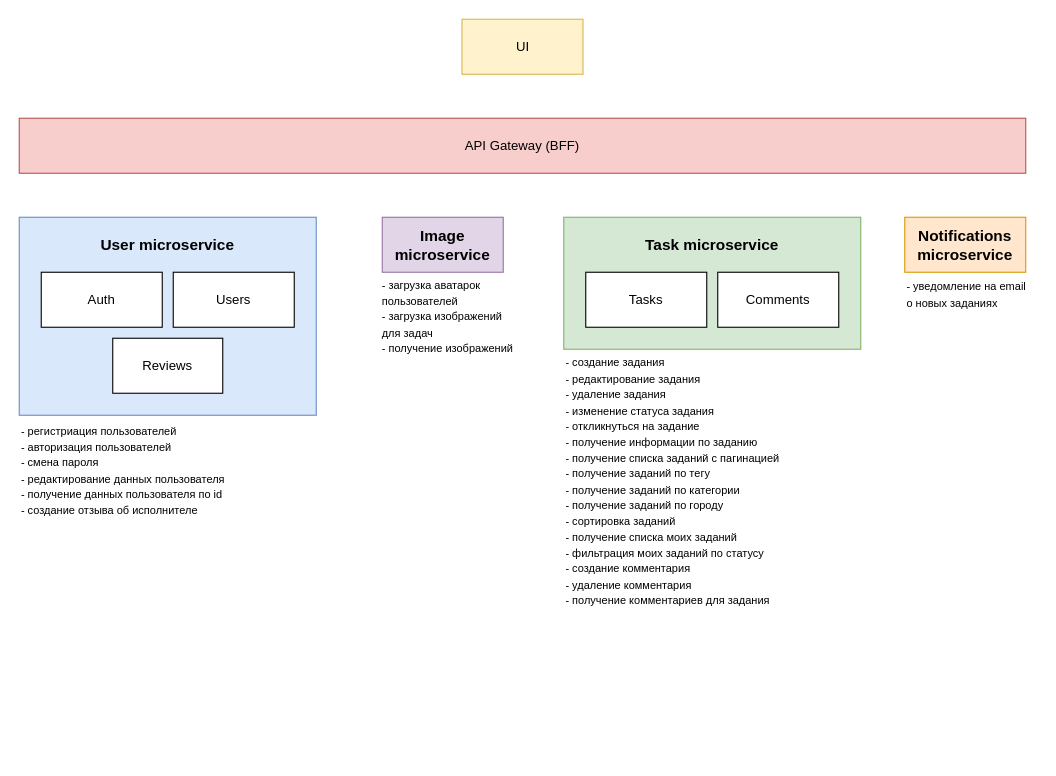
Above: specification.drawio in maximryabov22011988/372619-taskforce-1 (draw.io), before the change. Source tidied: cells renumbered, new cells numbered last; positions are measured from the earlier drawing's top-left corner, leaving out a move shared by most shapes. Both pictures are drawn from the tidied source at 110%, with x=0, y=0 at pixel (19, 19).
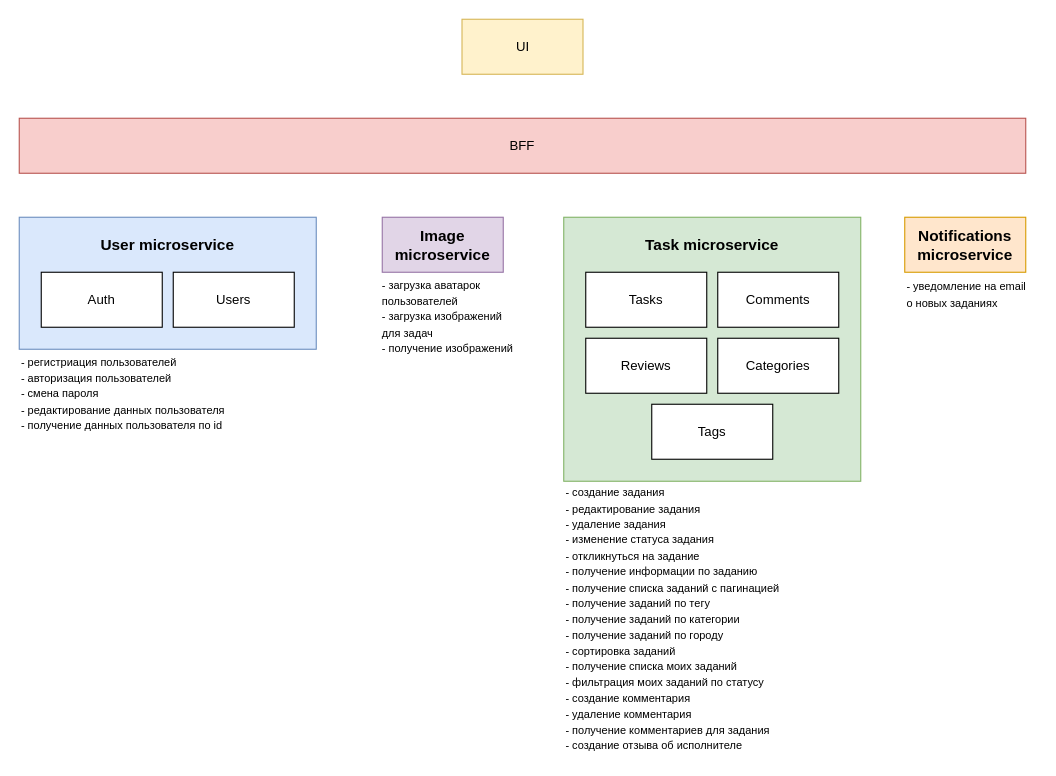
Above is the later version.

Diff of the diagram source:
```diff
@@
     <mxCell id="2" style="rounded=0;whiteSpace=wrap;html=1;fillColor=#d5e8d4;strokeColor=#82b366;" parent="1" vertex="1">
-      <mxGeometry x="495" y="180" width="270" height="120" as="geometry" />
+      <mxGeometry x="495" y="180" width="270" height="240" as="geometry" />
     </mxCell>
     <mxCell id="3" style="rounded=0;whiteSpace=wrap;html=1;fillColor=#dae8fc;strokeColor=#6c8ebf;" parent="1" vertex="1">
-      <mxGeometry y="180" width="270" height="180" as="geometry" />
+      <mxGeometry y="180" width="270" height="120" as="geometry" />
     </mxCell>
@@
-    <mxCell id="10" value="Reviews" style="html=1;whiteSpace=wrap;" parent="1" vertex="1">
-      <mxGeometry x="85" y="290" width="100" height="50" as="geometry" />
-    </mxCell>
-    <mxCell id="11" value="API Gateway (BFF)" style="html=1;whiteSpace=wrap;fillColor=#f8cecc;strokeColor=#b85450;" parent="1" vertex="1">
+    <mxCell id="11" value="BFF" style="html=1;whiteSpace=wrap;fillColor=#f8cecc;strokeColor=#b85450;" parent="1" vertex="1">
       <mxGeometry y="90" width="915" height="50" as="geometry" />
     </mxCell>
@@
-    <mxCell id="14" value="&lt;font style=&quot;font-size: 10px;&quot;&gt;- регистриация пользователей&lt;br&gt;- авторизация пользователей&lt;br&gt;- смена пароля&lt;br&gt;- редактирование данных пользователя&lt;br&gt;- получение данных пользователя по id&lt;br&gt;- создание отзыва об исполнителе&lt;br&gt;&lt;/font&gt;" style="text;html=1;strokeColor=none;fillColor=none;align=left;verticalAlign=middle;whiteSpace=wrap;rounded=0;" parent="1" vertex="1">
-      <mxGeometry y="360" width="265" height="100" as="geometry" />
+    <mxCell id="14" value="&lt;font style=&quot;font-size: 10px;&quot;&gt;- регистриация пользователей&lt;br&gt;- авторизация пользователей&lt;br&gt;- смена пароля&lt;br&gt;- редактирование данных пользователя&lt;br&gt;- получение данных пользователя по id&lt;br&gt;&lt;/font&gt;" style="text;html=1;strokeColor=none;fillColor=none;align=left;verticalAlign=middle;whiteSpace=wrap;rounded=0;" parent="1" vertex="1">
+      <mxGeometry y="300" width="265" height="80" as="geometry" />
     </mxCell>
@@
-    <mxCell id="16" value="&lt;font style=&quot;font-size: 10px;&quot;&gt;&lt;font style=&quot;&quot;&gt;&lt;font style=&quot;&quot;&gt;- создание задания&lt;br&gt;- редактирование задания&lt;br&gt;- удаление задания&lt;br&gt;- изменение статуса задания&lt;br&gt;&lt;/font&gt;- откликнуться на задание&lt;br&gt;- получение информации по заданию&lt;br&gt;&lt;/font&gt;- получение списка заданий с пагинацией&lt;br&gt;- получение заданий по тегу&lt;br&gt;- получение заданий по категории&lt;br&gt;- получение заданий по городу&lt;br&gt;- сортировка заданий&lt;br&gt;- получение списка моих заданий&lt;br&gt;- фильтрация моих заданий по статусу&lt;br&gt;- создание комментария&lt;br&gt;- удаление комментария&lt;br&gt;- получение комментариев для задания&lt;br&gt;&lt;/font&gt;" style="text;html=1;strokeColor=none;fillColor=none;align=left;verticalAlign=middle;whiteSpace=wrap;rounded=0;labelPosition=center;verticalLabelPosition=middle;" parent="1" vertex="1">
-      <mxGeometry x="495" y="300" width="268.8" height="240" as="geometry" />
+    <mxCell id="16" value="&lt;font style=&quot;font-size: 10px;&quot;&gt;&lt;font style=&quot;&quot;&gt;&lt;font style=&quot;&quot;&gt;- создание задания&lt;br&gt;- редактирование задания&lt;br&gt;- удаление задания&lt;br&gt;- изменение статуса задания&lt;br&gt;&lt;/font&gt;- откликнуться на задание&lt;br&gt;- получение информации по заданию&lt;br&gt;&lt;/font&gt;- получение списка заданий с пагинацией&lt;br&gt;- получение заданий по тегу&lt;br&gt;- получение заданий по категории&lt;br&gt;- получение заданий по городу&lt;br&gt;- сортировка заданий&lt;br&gt;- получение списка моих заданий&lt;br&gt;- фильтрация моих заданий по статусу&lt;br&gt;- создание комментария&lt;br&gt;- удаление комментария&lt;br&gt;- получение комментариев для задания&lt;br&gt;- создание отзыва об исполнителе&lt;br&gt;&lt;/font&gt;" style="text;html=1;strokeColor=none;fillColor=none;align=left;verticalAlign=middle;whiteSpace=wrap;rounded=0;labelPosition=center;verticalLabelPosition=middle;" parent="1" vertex="1">
+      <mxGeometry x="495" y="420" width="268.8" height="250" as="geometry" />
     </mxCell>
@@
+    <mxCell id="10" value="Reviews" style="html=1;whiteSpace=wrap;" parent="1" vertex="1">
+      <mxGeometry x="515" y="290" width="110" height="50" as="geometry" />
+    </mxCell>
+    <mxCell id="19" value="Categories" style="html=1;whiteSpace=wrap;" parent="1" vertex="1">
+      <mxGeometry x="635" y="290" width="110" height="50" as="geometry" />
+    </mxCell>
+    <mxCell id="20" value="Tags" style="html=1;whiteSpace=wrap;" parent="1" vertex="1">
+      <mxGeometry x="575" y="350" width="110" height="50" as="geometry" />
+    </mxCell>
```
